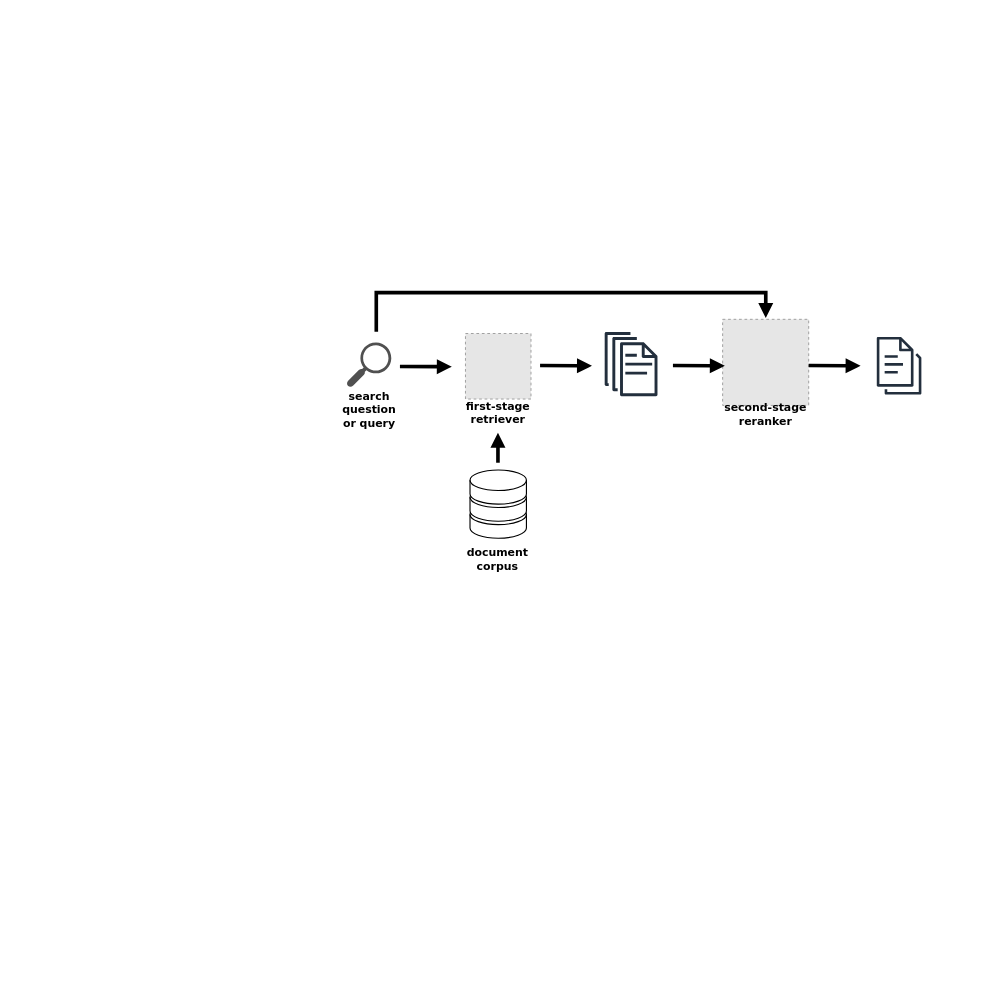
The draw.io diagram retrieve-rerank.drawio in Dundalia/Dundalia, before the edit. Source tidied: cells renumbered, new cells numbered last; positions are measured from the earlier drawing's top-left corner, leaving out a move shared by most shapes. Both pictures are drawn from the tidied source at 91%, with x=0, y=0 at pixel (341, 292). Pictures stored in the file or linked from it are replaced by grey dashed boxes.
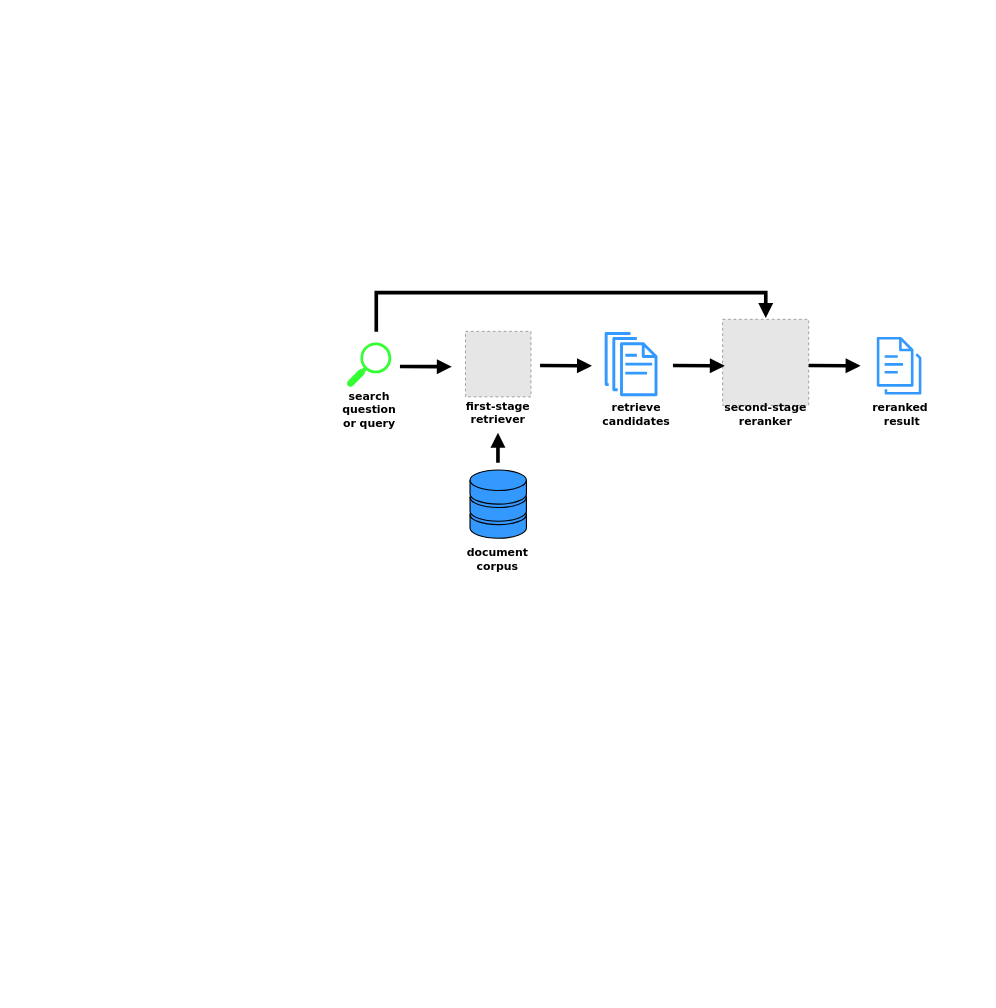
The same page after the edit.

The edit, as a diff of the source:
```diff
@@
-    <mxCell id="2" style="sketch=0;fontColor=#232F3E;gradientColor=none;fillColor=#232F3D;strokeColor=none;dashed=0;verticalLabelPosition=bottom;verticalAlign=top;align=center;html=1;fontSize=12;fontStyle=0;shape=mxgraph.aws4.documents;" parent="1" vertex="1">
+    <mxCell id="2" style="sketch=0;fontColor=#232F3E;gradientColor=none;fillColor=#3399FF;strokeColor=none;dashed=0;verticalLabelPosition=bottom;verticalAlign=top;align=center;html=1;fontSize=12;fontStyle=0;shape=mxgraph.aws4.documents;" parent="1" vertex="1">
       <mxGeometry x="289" y="43.3" width="58" height="70.7" as="geometry" />
     </mxCell>
-    <mxCell id="3" style="sketch=0;shadow=0;dashed=0;html=1;strokeColor=none;fillColor=#505050;labelPosition=center;verticalLabelPosition=bottom;verticalAlign=top;align=center;shape=mxgraph.office.concepts.search;" parent="1" vertex="1">
+    <mxCell id="3" style="sketch=0;shadow=0;dashed=0;html=1;strokeColor=none;fillColor=#33FF33;labelPosition=center;verticalLabelPosition=bottom;verticalAlign=top;align=center;shape=mxgraph.office.concepts.search;" parent="1" vertex="1">
       <mxGeometry x="5.5" y="55" width="49" height="49" as="geometry" />
     </mxCell>
-    <mxCell id="4" value="&lt;b&gt;&lt;font face=&quot;Verdana&quot;&gt;search question or query&lt;/font&gt;&lt;/b&gt;" style="text;html=1;strokeColor=none;fillColor=none;align=center;verticalAlign=middle;whiteSpace=wrap;rounded=0;" parent="1" vertex="1">
+    <mxCell id="4" value="&lt;b&gt;&lt;font face=&quot;Verdana&quot;&gt;search question or query&lt;/font&gt;&lt;/b&gt;" style="text;html=1;strokeColor=none;fillColor=none;align=center;verticalAlign=middle;whiteSpace=wrap;rounded=0;fontColor=#000000;" parent="1" vertex="1">
       <mxGeometry y="114" width="60.5" height="30" as="geometry" />
     </mxCell>
@@
-    <mxCell id="6" style="verticalAlign=top;verticalLabelPosition=bottom;labelPosition=center;align=center;html=1;gradientDirection=north;strokeWidth=999;shape=mxgraph.networks.storage;strokeColor=default;perimeterSpacing=999;" parent="1" vertex="1">
+    <mxCell id="6" style="verticalAlign=top;verticalLabelPosition=bottom;labelPosition=center;align=center;html=1;gradientDirection=north;strokeWidth=999;shape=mxgraph.networks.storage;strokeColor=default;perimeterSpacing=999;fillColor=#3399FF;fillStyle=solid;" parent="1" vertex="1">
       <mxGeometry x="141" y="195" width="62" height="75" as="geometry" />
     </mxCell>
     <mxCell id="7" style="fillColor=#E6E6E6;strokeColor=#999999;dashed=1;html=1;verticalAlign=top;verticalLabelPosition=bottom;labelBackgroundColor=#ffffff;" parent="1" vertex="1">
-      <mxGeometry x="136" y="45" width="72" height="72" as="geometry" />
+      <mxGeometry x="136" y="42.6" width="72" height="72" as="geometry" />
     </mxCell>
-    <mxCell id="8" value="&lt;b&gt;&lt;font face=&quot;Verdana&quot;&gt;first-stage&lt;br&gt;retriever&lt;br&gt;&lt;/font&gt;&lt;/b&gt;" style="text;html=1;strokeColor=none;fillColor=none;align=center;verticalAlign=middle;whiteSpace=wrap;rounded=0;" parent="1" vertex="1">
+    <mxCell id="8" value="&lt;b&gt;&lt;font face=&quot;Verdana&quot;&gt;first-stage&lt;br&gt;retriever&lt;br&gt;&lt;/font&gt;&lt;/b&gt;" style="text;html=1;strokeColor=none;fillColor=none;align=center;verticalAlign=middle;whiteSpace=wrap;rounded=0;fontColor=#000000;" parent="1" vertex="1">
       <mxGeometry x="123.9" y="117" width="96.2" height="29" as="geometry" />
     </mxCell>
@@
-    <mxCell id="10" value="&lt;b&gt;&lt;font face=&quot;Verdana&quot;&gt;second-stage&lt;br&gt;reranker&lt;br&gt;&lt;/font&gt;&lt;/b&gt;" style="text;html=1;strokeColor=none;fillColor=none;align=center;verticalAlign=middle;whiteSpace=wrap;rounded=0;" parent="1" vertex="1">
+    <mxCell id="10" value="&lt;b&gt;&lt;font face=&quot;Verdana&quot;&gt;second-stage&lt;br&gt;reranker&lt;br&gt;&lt;/font&gt;&lt;/b&gt;" style="text;html=1;strokeColor=none;fillColor=none;align=center;verticalAlign=middle;whiteSpace=wrap;rounded=0;fontColor=#000000;" parent="1" vertex="1">
       <mxGeometry x="417.8" y="119" width="96.2" height="29" as="geometry" />
     </mxCell>
-    <mxCell id="11" style="sketch=0;fontColor=#232F3E;gradientColor=none;fillColor=#232F3D;strokeColor=none;dashed=0;verticalLabelPosition=bottom;verticalAlign=top;align=center;html=1;fontSize=12;fontStyle=0;shape=mxgraph.aws4.documents3;" parent="1" vertex="1">
+    <mxCell id="11" style="sketch=0;fillColor=#3399FF;strokeColor=#10739e;dashed=0;verticalLabelPosition=bottom;verticalAlign=top;align=center;html=1;fontSize=12;fontStyle=0;shape=mxgraph.aws4.documents3;" parent="1" vertex="1">
       <mxGeometry x="588" y="46.9" width="49" height="67" as="geometry" />
     </mxCell>
@@
+    <mxCell id="18" value="&lt;b&gt;&lt;font face=&quot;Verdana&quot;&gt;retrieve&lt;br&gt;candidates&lt;br&gt;&lt;/font&gt;&lt;/b&gt;" style="text;html=1;strokeColor=none;fillColor=none;align=center;verticalAlign=middle;whiteSpace=wrap;rounded=0;fontColor=#000000;" parent="1" vertex="1">
+      <mxGeometry x="276" y="119" width="96.2" height="29" as="geometry" />
+    </mxCell>
+    <mxCell id="19" value="&lt;b&gt;&lt;font face=&quot;Verdana&quot;&gt;reranked&amp;nbsp;&lt;br&gt;result&lt;br&gt;&lt;/font&gt;&lt;/b&gt;" style="text;html=1;strokeColor=none;fillColor=none;align=center;verticalAlign=middle;whiteSpace=wrap;rounded=0;fontColor=#000000;" parent="1" vertex="1">
+      <mxGeometry x="568" y="119" width="96.2" height="29" as="geometry" />
+    </mxCell>
```
